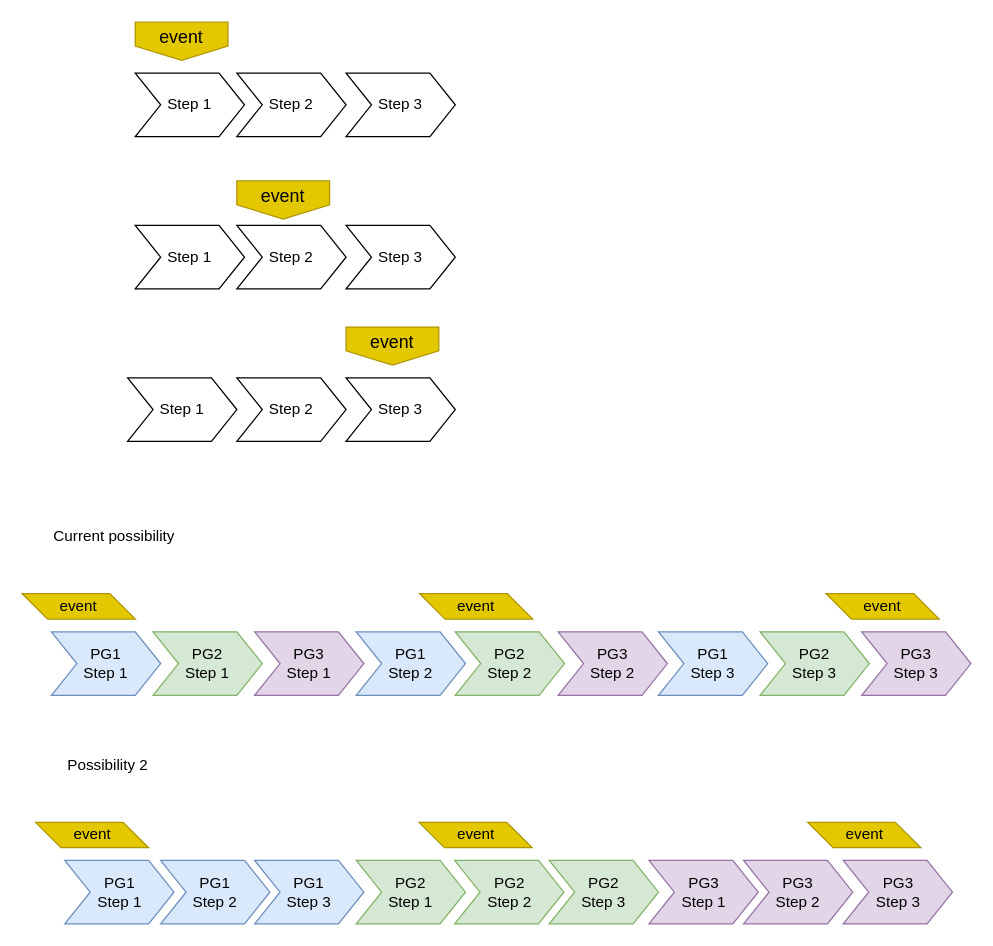
Before: page "Parallel-Process" (10 of 16) of diagrams/PhasedDiagrams.drawio in adobe/phased-testing, a draw.io diagram. Source tidied: cells renumbered, new cells numbered last; positions are measured from the earlier drawing's top-left corner, leaving out a move shared by most shapes. Both pictures are drawn from the tidied source at 127%, with x=0, y=0 at pixel (22, 22).
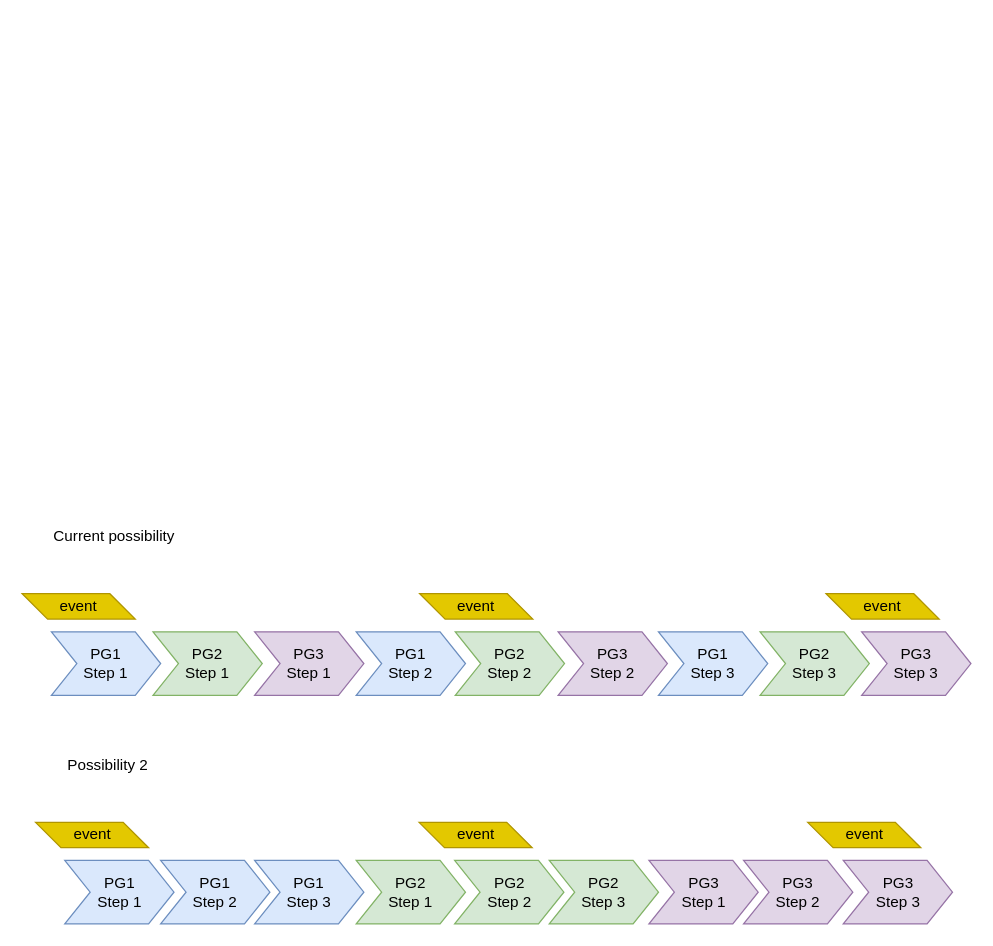
Above is the later version.

Diff of the diagram source:
```diff
@@
-    <mxCell id="2" value="Step 1" style="shape=step;perimeter=stepPerimeter;whiteSpace=wrap;html=1;fixedSize=1;fontSize=12;fontStyle=0;" parent="1" vertex="1">
-      <mxGeometry x="89" y="40" width="86" height="50" as="geometry" />
-    </mxCell>
-    <mxCell id="3" value="Step 2" style="shape=step;perimeter=stepPerimeter;whiteSpace=wrap;html=1;fixedSize=1;fontSize=12;fontStyle=0;" parent="1" vertex="1">
-      <mxGeometry x="169" y="40" width="86" height="50" as="geometry" />
-    </mxCell>
-    <mxCell id="4" value="Step 3" style="shape=step;perimeter=stepPerimeter;whiteSpace=wrap;html=1;fixedSize=1;fontSize=12;fontStyle=0;" parent="1" vertex="1">
-      <mxGeometry x="255" y="40" width="86" height="50" as="geometry" />
-    </mxCell>
-    <mxCell id="5" value="Step 1" style="shape=step;perimeter=stepPerimeter;whiteSpace=wrap;html=1;fixedSize=1;fontSize=12;fontStyle=0;" parent="1" vertex="1">
-      <mxGeometry x="89" y="160" width="86" height="50" as="geometry" />
-    </mxCell>
-    <mxCell id="6" value="Step 2" style="shape=step;perimeter=stepPerimeter;whiteSpace=wrap;html=1;fixedSize=1;fontSize=12;fontStyle=0;" parent="1" vertex="1">
-      <mxGeometry x="169" y="160" width="86" height="50" as="geometry" />
-    </mxCell>
-    <mxCell id="7" value="Step 1" style="shape=step;perimeter=stepPerimeter;whiteSpace=wrap;html=1;fixedSize=1;fontSize=12;fontStyle=0;" parent="1" vertex="1">
-      <mxGeometry x="83" y="280" width="86" height="50" as="geometry" />
-    </mxCell>
-    <mxCell id="8" value="Step 3" style="shape=step;perimeter=stepPerimeter;whiteSpace=wrap;html=1;fixedSize=1;fontSize=12;fontStyle=0;" parent="1" vertex="1">
-      <mxGeometry x="255" y="160" width="86" height="50" as="geometry" />
-    </mxCell>
-    <mxCell id="9" value="Step 2" style="shape=step;perimeter=stepPerimeter;whiteSpace=wrap;html=1;fixedSize=1;fontSize=12;fontStyle=0;" parent="1" vertex="1">
-      <mxGeometry x="169" y="280" width="86" height="50" as="geometry" />
-    </mxCell>
-    <mxCell id="10" value="Step 3" style="shape=step;perimeter=stepPerimeter;whiteSpace=wrap;html=1;fixedSize=1;fontSize=12;fontStyle=0;" parent="1" vertex="1">
-      <mxGeometry x="255" y="280" width="86" height="50" as="geometry" />
-    </mxCell>
-    <mxCell id="11" value="event" style="shape=offPageConnector;whiteSpace=wrap;html=1;fontSize=14;spacingBottom=6;fillColor=#e3c800;strokeColor=#B09500;fontColor=#000000;" parent="1" vertex="1">
-      <mxGeometry x="89" width="73" height="30" as="geometry" />
-    </mxCell>
-    <mxCell id="12" value="event" style="shape=offPageConnector;whiteSpace=wrap;html=1;fontSize=14;spacingBottom=6;fillColor=#e3c800;strokeColor=#B09500;fontColor=#000000;" parent="1" vertex="1">
-      <mxGeometry x="169" y="125" width="73" height="30" as="geometry" />
-    </mxCell>
-    <mxCell id="13" value="event" style="shape=offPageConnector;whiteSpace=wrap;html=1;fontSize=14;spacingBottom=6;fillColor=#e3c800;strokeColor=#B09500;fontColor=#000000;" parent="1" vertex="1">
-      <mxGeometry x="255" y="240" width="73" height="30" as="geometry" />
-    </mxCell>
```
